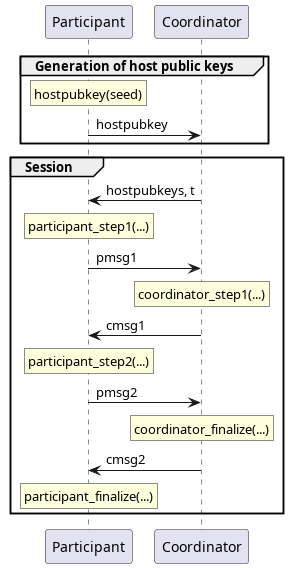
Before: images/chilldkg-sequence.png, a diagram exported from PlantUML (BlockstreamResearch/bip-frost-dkg).
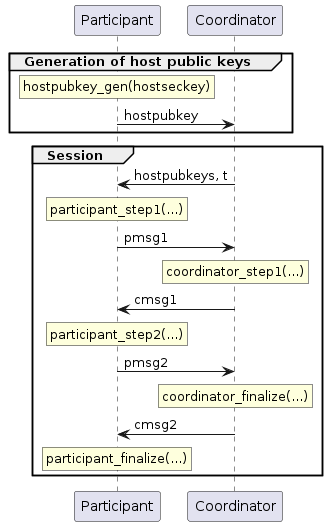
After the change.

Commit message:
Replace ChillDKG seed with hostseckey

Change to the diagram source:
```diff
@@ -3,7 +3,7 @@
 participant Coordinator
 
 group Generation of host public keys
-rnote over Participant: hostpubkey(seed)
+rnote over Participant: hostpubkey_gen(hostseckey)
 Participant->Coordinator: hostpubkey
 end
 
```
